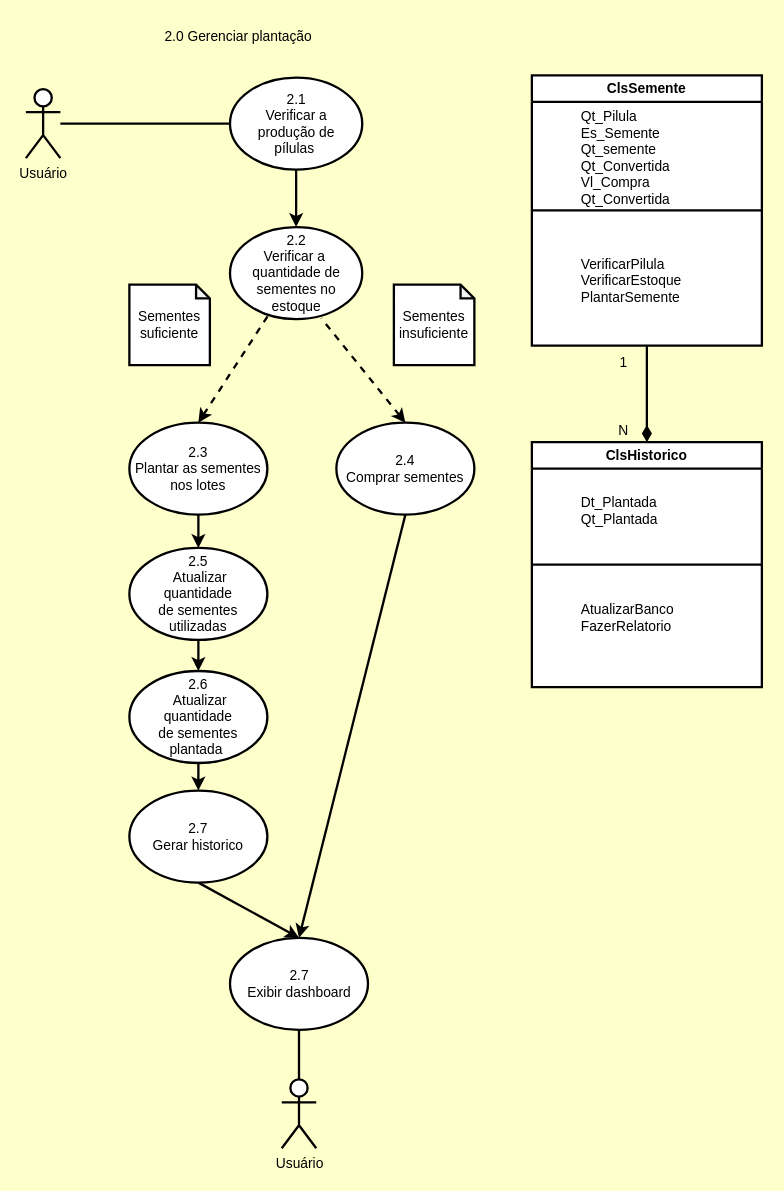
ZardsMK/Trabahlo-DrawIO keeps this draw.io diagram as page "Página-1" (2 of 4) of Tarefa1.drawio. Above is the earlier version. Source tidied: cells renumbered, new cells numbered last; positions are measured from the earlier drawing's top-left corner, leaving out a move shared by most shapes. Both pictures are drawn from the tidied source at 115%, with x=0, y=0 at pixel (25, 20).
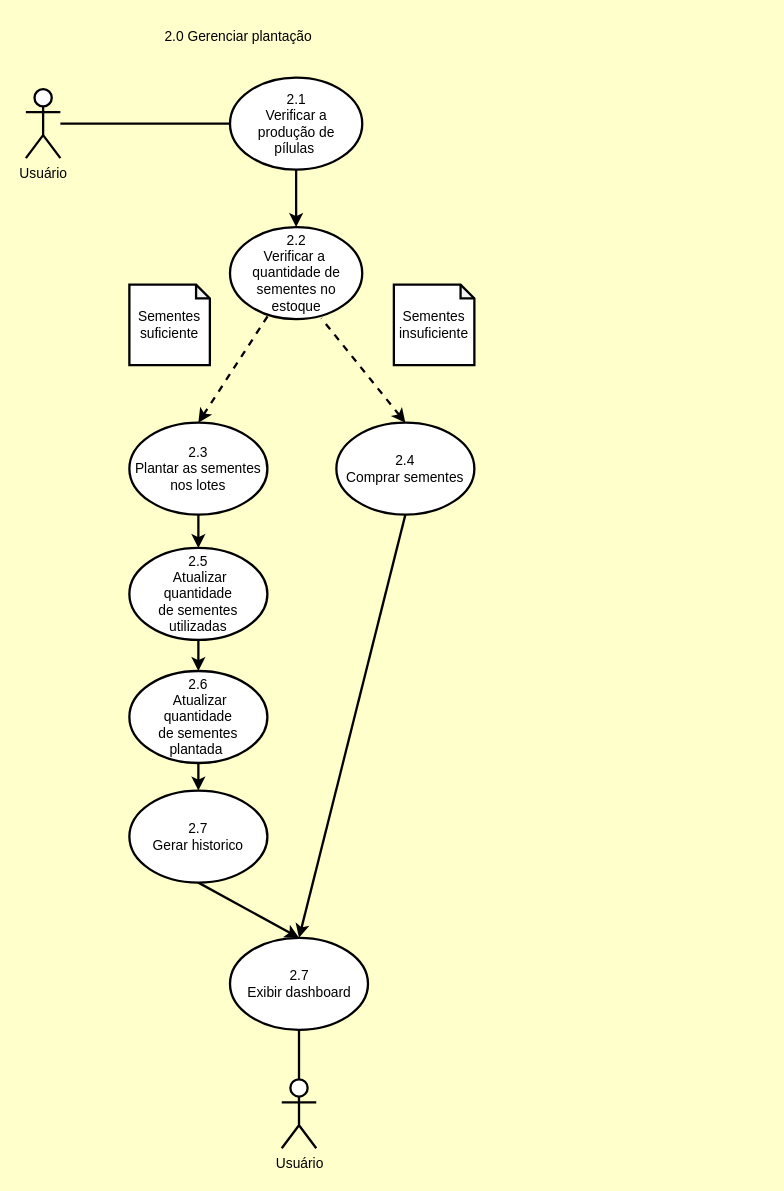
The same page after the edit.

Diff of the diagram source:
```diff
@@
-    <mxCell id="21" style="edgeStyle=orthogonalEdgeStyle;rounded=0;jettySize=auto;html=1;exitX=0.5;exitY=1;exitDx=0;exitDy=0;entryX=0.5;entryY=0;entryDx=0;entryDy=0;curved=1;endArrow=diamondThin;endFill=1;strokeWidth=2;endSize=9;" parent="1" edge="1" source="22" target="30">
-      <mxGeometry relative="1" as="geometry" />
-    </mxCell>
-    <mxCell id="22" value="ClsSemente" style="swimlane;whiteSpace=wrap;html=1;fillColor=default;swimlaneFillColor=default;strokeWidth=2;" parent="1" vertex="1">
-      <mxGeometry x="440" y="48" width="200" height="235" as="geometry" />
-    </mxCell>
-    <mxCell id="23" value="Qt_Pilula&lt;div&gt;Es_Semente&lt;/div&gt;&lt;div&gt;Qt_semente&lt;/div&gt;&lt;div&gt;Qt_Convertida&lt;/div&gt;&lt;div&gt;Vl_Compra&lt;/div&gt;&lt;div&gt;Qt_Convertida&lt;/div&gt;" style="text;html=1;align=left;verticalAlign=middle;whiteSpace=wrap;rounded=0;strokeWidth=2;" parent="22" vertex="1">
-      <mxGeometry x="41" y="38" width="103" height="67" as="geometry" />
-    </mxCell>
-    <mxCell id="24" value="VerificarPilula&lt;div&gt;VerificarEstoque&lt;/div&gt;&lt;div&gt;PlantarSemente&lt;/div&gt;&lt;div&gt;&lt;br&gt;&lt;/div&gt;" style="text;html=1;align=left;verticalAlign=middle;whiteSpace=wrap;rounded=0;strokeWidth=2;" parent="22" vertex="1">
-      <mxGeometry x="41" y="171" width="60" height="30" as="geometry" />
-    </mxCell>
@@
-    <mxCell id="29" style="endArrow=none;html=1;rounded=0;exitX=0;exitY=0.5;exitDx=0;exitDy=0;entryX=1;entryY=0.5;entryDx=0;entryDy=0;strokeWidth=2;" parent="1" edge="1" source="22" target="22">
-      <mxGeometry relative="1" as="geometry" />
-    </mxCell>
-    <mxCell id="30" value="ClsHistorico" style="swimlane;whiteSpace=wrap;html=1;fillColor=default;swimlaneFillColor=default;strokeWidth=2;" parent="1" vertex="1">
-      <mxGeometry x="440" y="367" width="200" height="213" as="geometry" />
-    </mxCell>
-    <mxCell id="31" value="&lt;div&gt;Dt_Plantada&lt;/div&gt;&lt;div&gt;Qt_Plantada&lt;/div&gt;" style="text;html=1;align=left;verticalAlign=middle;whiteSpace=wrap;rounded=0;strokeWidth=2;" parent="30" vertex="1">
-      <mxGeometry x="41" y="45" width="60" height="30" as="geometry" />
-    </mxCell>
-    <mxCell id="32" value="AtualizarBanco&lt;div&gt;FazerRelatorio&lt;/div&gt;" style="text;html=1;align=left;verticalAlign=middle;whiteSpace=wrap;rounded=0;strokeWidth=2;" parent="30" vertex="1">
-      <mxGeometry x="41" y="138" width="60" height="30" as="geometry" />
-    </mxCell>
-    <mxCell id="33" style="endArrow=none;html=1;rounded=0;entryX=1;entryY=0.5;entryDx=0;entryDy=0;exitX=0;exitY=0.5;exitDx=0;exitDy=0;strokeWidth=2;" parent="1" edge="1" source="30" target="30">
-      <mxGeometry relative="1" as="geometry" />
-    </mxCell>
-    <mxCell id="34" value="N" style="text;html=1;align=center;verticalAlign=middle;whiteSpace=wrap;rounded=0;" parent="1" vertex="1">
-      <mxGeometry x="490" y="342" width="60" height="30" as="geometry" />
-    </mxCell>
-    <mxCell id="35" value="1" style="text;html=1;align=center;verticalAlign=middle;whiteSpace=wrap;rounded=0;" parent="1" vertex="1">
-      <mxGeometry x="490" y="283" width="60" height="30" as="geometry" />
-    </mxCell>
```
